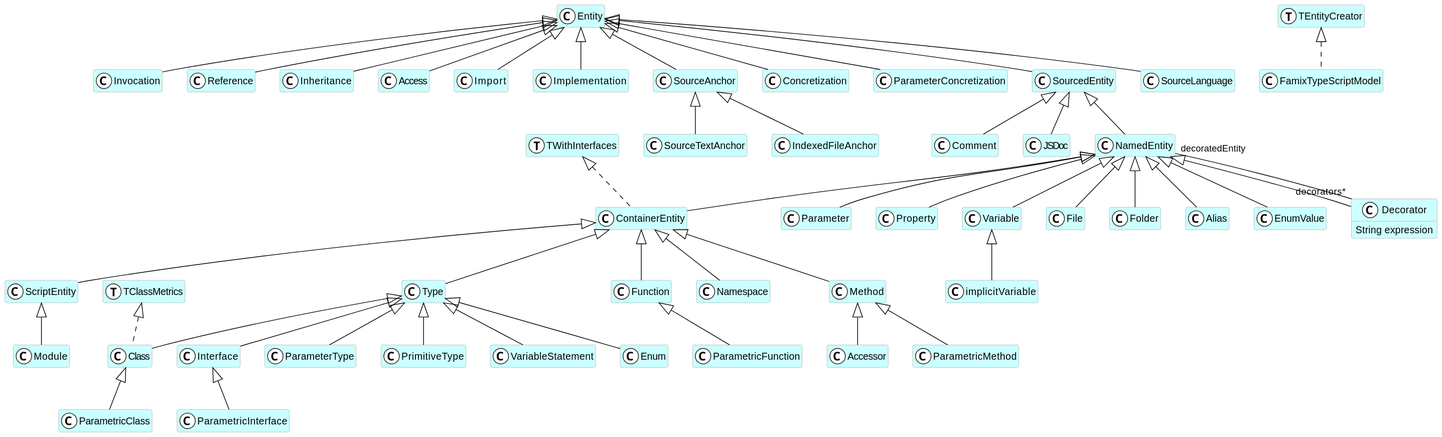
This is doc-uml/FamixTypeScript.svg from fuhrmanator/FamixTypeScript, a PlantUML export, as it was before one commit.
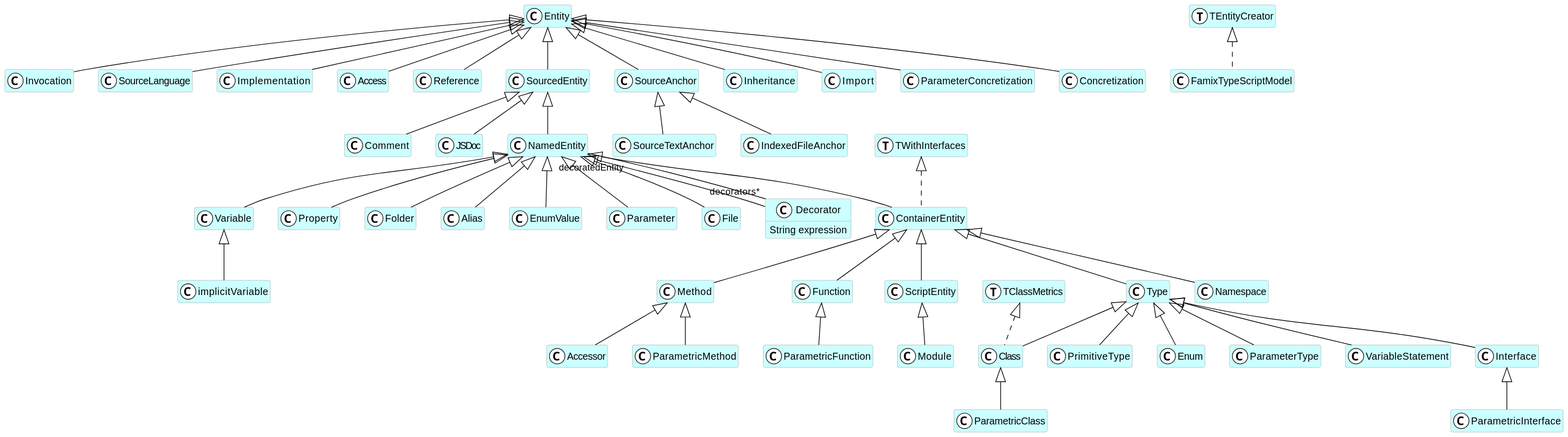
Later version of the same file.

Change to the diagram source:
```diff
@@ -5,148 +5,148 @@
   ArrowColor black
   BorderColor darkGray
 }
-class implicitVariable <<(C,white)>> #CCFFFF {
+class SourceTextAnchor <<(C,white)>> #CCFFFF {
+}
+class PrimitiveType <<(C,white)>> #CCFFFF {
+}
+class Accessor <<(C,white)>> #CCFFFF {
+}
+class Type <<(C,white)>> #CCFFFF {
+}
+class IndexedFileAnchor <<(C,white)>> #CCFFFF {
+}
+class Entity <<(C,white)>> #CCFFFF {
+}
+class Invocation <<(C,white)>> #CCFFFF {
+}
+class TClassMetrics <<(T,white)>> #CCFFFF {
+}
+class Enum <<(C,white)>> #CCFFFF {
+}
+class Variable <<(C,white)>> #CCFFFF {
+}
+class ParametricInterface <<(C,white)>> #CCFFFF {
+}
+class Property <<(C,white)>> #CCFFFF {
+}
+class ParametricClass <<(C,white)>> #CCFFFF {
+}
+class Namespace <<(C,white)>> #CCFFFF {
+}
+class Method <<(C,white)>> #CCFFFF {
+}
+class ContainerEntity <<(C,white)>> #CCFFFF {
+}
+class Comment <<(C,white)>> #CCFFFF {
+}
+class FamixTypeScriptModel <<(C,white)>> #CCFFFF {
+}
+class Folder <<(C,white)>> #CCFFFF {
+}
+class ParameterType <<(C,white)>> #CCFFFF {
+}
+class TEntityCreator <<(T,white)>> #CCFFFF {
+}
+class SourceLanguage <<(C,white)>> #CCFFFF {
+}
+class Implementation <<(C,white)>> #CCFFFF {
+}
+class ParametricFunction <<(C,white)>> #CCFFFF {
+}
+class Access <<(C,white)>> #CCFFFF {
+}
+class Alias <<(C,white)>> #CCFFFF {
 }
 class TWithInterfaces <<(T,white)>> #CCFFFF {
 }
-class Invocation <<(C,white)>> #CCFFFF {
+class ParametricMethod <<(C,white)>> #CCFFFF {
 }
-class Parameter <<(C,white)>> #CCFFFF {
+class Class <<(C,white)>> #CCFFFF {
 }
-class Namespace <<(C,white)>> #CCFFFF {
-}
-class FamixTypeScriptModel <<(C,white)>> #CCFFFF {
-}
-class SourceTextAnchor <<(C,white)>> #CCFFFF {
+class implicitVariable <<(C,white)>> #CCFFFF {
 }
 class Reference <<(C,white)>> #CCFFFF {
 }
-class PrimitiveType <<(C,white)>> #CCFFFF {
+class Function <<(C,white)>> #CCFFFF {
 }
-class Comment <<(C,white)>> #CCFFFF {
+class SourcedEntity <<(C,white)>> #CCFFFF {
 }
-class Method <<(C,white)>> #CCFFFF {
+class ScriptEntity <<(C,white)>> #CCFFFF {
 }
 class Decorator <<(C,white)>> #CCFFFF {
   String expression
 }
+class SourceAnchor <<(C,white)>> #CCFFFF {
+}
 class Module <<(C,white)>> #CCFFFF {
+}
+class EnumValue <<(C,white)>> #CCFFFF {
 }
 class Inheritance <<(C,white)>> #CCFFFF {
 }
-class ScriptEntity <<(C,white)>> #CCFFFF {
+class JSDoc <<(C,white)>> #CCFFFF {
 }
-class Property <<(C,white)>> #CCFFFF {
+class Import <<(C,white)>> #CCFFFF {
 }
-class TClassMetrics <<(T,white)>> #CCFFFF {
+class ParameterConcretization <<(C,white)>> #CCFFFF {
 }
-class Access <<(C,white)>> #CCFFFF {
-}
-class TEntityCreator <<(T,white)>> #CCFFFF {
+class Parameter <<(C,white)>> #CCFFFF {
 }
 class VariableStatement <<(C,white)>> #CCFFFF {
 }
-class Accessor <<(C,white)>> #CCFFFF {
+class NamedEntity <<(C,white)>> #CCFFFF {
 }
-class Variable <<(C,white)>> #CCFFFF {
-}
-class Import <<(C,white)>> #CCFFFF {
-}
-class Enum <<(C,white)>> #CCFFFF {
-}
-class Implementation <<(C,white)>> #CCFFFF {
+class Concretization <<(C,white)>> #CCFFFF {
 }
 class Interface <<(C,white)>> #CCFFFF {
 }
 class File <<(C,white)>> #CCFFFF {
 }
-class JSDoc <<(C,white)>> #CCFFFF {
-}
-class Folder <<(C,white)>> #CCFFFF {
-}
-class SourceAnchor <<(C,white)>> #CCFFFF {
-}
-class NamedEntity <<(C,white)>> #CCFFFF {
-}
-class Class <<(C,white)>> #CCFFFF {
-}
-class IndexedFileAnchor <<(C,white)>> #CCFFFF {
-}
-class Entity <<(C,white)>> #CCFFFF {
-}
-class ParametricInterface <<(C,white)>> #CCFFFF {
-}
-class ParametricFunction <<(C,white)>> #CCFFFF {
-}
-class ParametricMethod <<(C,white)>> #CCFFFF {
-}
-class Concretization <<(C,white)>> #CCFFFF {
-}
-class Type <<(C,white)>> #CCFFFF {
-}
-class Alias <<(C,white)>> #CCFFFF {
-}
-class EnumValue <<(C,white)>> #CCFFFF {
-}
-class ParameterConcretization <<(C,white)>> #CCFFFF {
-}
-class SourcedEntity <<(C,white)>> #CCFFFF {
-}
-class SourceLanguage <<(C,white)>> #CCFFFF {
-}
-class ParameterType <<(C,white)>> #CCFFFF {
-}
-class Function <<(C,white)>> #CCFFFF {
-}
-class ParametricClass <<(C,white)>> #CCFFFF {
-}
-class ContainerEntity <<(C,white)>> #CCFFFF {
-}
+SourceAnchor <|-- SourceTextAnchor
+Type <|-- PrimitiveType
+Method <|-- Accessor
+ContainerEntity <|-- Type
+SourceAnchor <|-- IndexedFileAnchor
+Entity <|-- Invocation
+Type <|-- Enum
+NamedEntity <|-- Variable
+Interface <|-- ParametricInterface
+NamedEntity <|-- Property
+Class <|-- ParametricClass
+ContainerEntity <|-- Method
+ContainerEntity <|-- Namespace
+NamedEntity <|-- ContainerEntity
+SourcedEntity <|-- Comment
+NamedEntity <|-- Folder
+Type <|-- ParameterType
+Entity <|-- SourceLanguage
+Entity <|-- Implementation
+Function <|-- ParametricFunction
+Entity <|-- Access
+NamedEntity <|-- Alias
+Method <|-- ParametricMethod
+Type <|-- Class
 Variable <|-- implicitVariable
-Entity <|-- Invocation
+Entity <|-- Reference
+ContainerEntity <|-- Function
+Entity <|-- SourcedEntity
+ContainerEntity <|-- ScriptEntity
+NamedEntity <|-- Decorator
+Entity <|-- SourceAnchor
+ScriptEntity <|-- Module
+NamedEntity <|-- EnumValue
+Entity <|-- Inheritance
+SourcedEntity <|-- JSDoc
+Entity <|-- Import
+Entity <|-- ParameterConcretization
 NamedEntity <|-- Parameter
-ContainerEntity <|-- Namespace
-SourceAnchor <|-- SourceTextAnchor
-Entity <|-- Reference
-SourcedEntity <|-- Comment
-Type <|-- PrimitiveType
-ScriptEntity <|-- Module
-NamedEntity <|-- Decorator
-ContainerEntity <|-- Method
-Entity <|-- Inheritance
-ContainerEntity <|-- ScriptEntity
-NamedEntity <|-- Property
-Entity <|-- Access
 Type <|-- VariableStatement
-Method <|-- Accessor
-NamedEntity <|-- Variable
-Entity <|-- Import
-Type <|-- Enum
-Entity <|-- Implementation
+SourcedEntity <|-- NamedEntity
+Entity <|-- Concretization
 Type <|-- Interface
-SourcedEntity <|-- JSDoc
 NamedEntity <|-- File
-NamedEntity <|-- Folder
-SourceAnchor <|-- IndexedFileAnchor
-Entity <|-- SourceAnchor
-Function <|-- ParametricFunction
-Method <|-- ParametricMethod
-SourcedEntity <|-- NamedEntity
-Type <|-- Class
-Interface <|-- ParametricInterface
-Entity <|-- Concretization
-ContainerEntity <|-- Type
-NamedEntity <|-- Alias
-NamedEntity <|-- EnumValue
-Entity <|-- ParameterConcretization
-Entity <|-- SourcedEntity
-Entity <|-- SourceLanguage
-Type <|-- ParameterType
-ContainerEntity <|-- Function
-Class <|-- ParametricClass
-NamedEntity <|-- ContainerEntity
+TWithInterfaces <|.. ContainerEntity
 TEntityCreator <|.. FamixTypeScriptModel
 TClassMetrics <|.. Class
-TWithInterfaces <|.. ContainerEntity
 Decorator "decorators*" -- "decoratedEntity" NamedEntity
 @enduml
```
